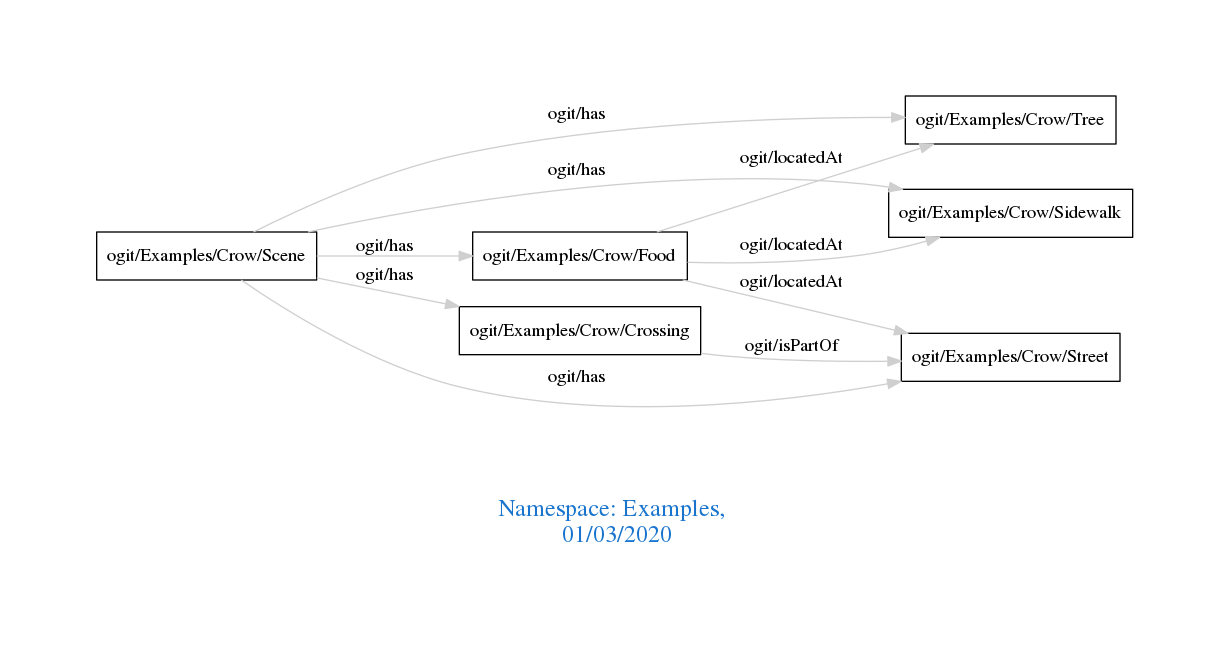
Above: downloads/Examples.png in arago/OGIT (Graphviz), before the change. Its source is kept beside it as downloads/Examples.dot.
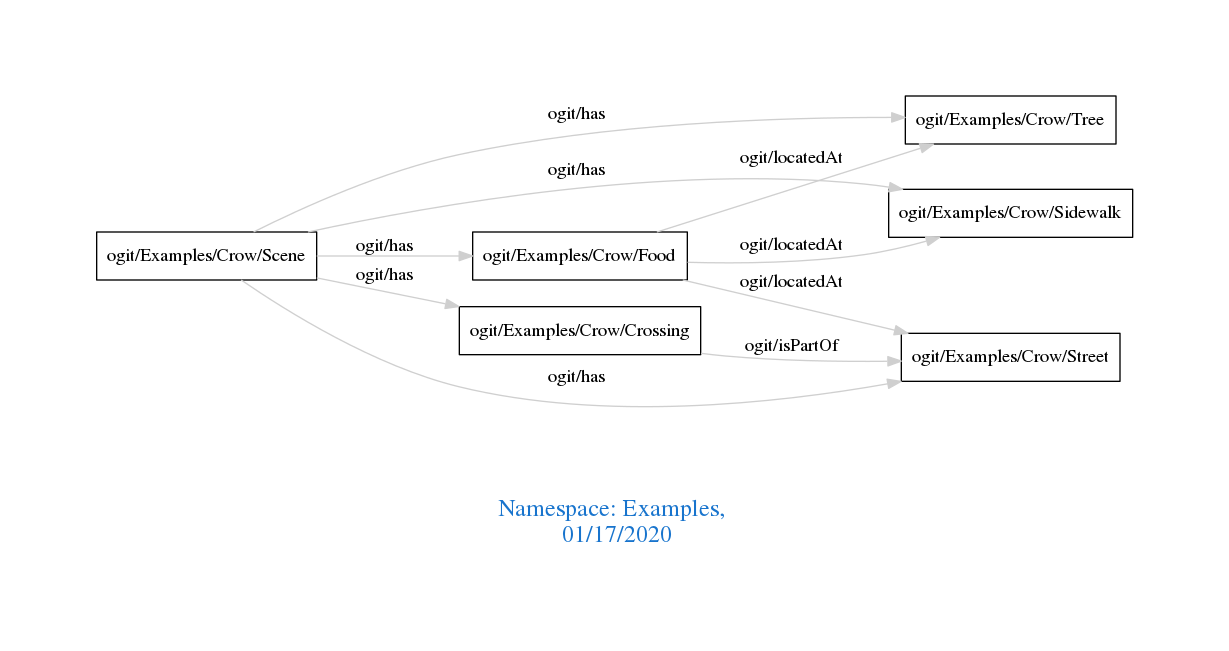
After the change.

Diff of the diagram source:
```diff
@@ -1,7 +1,7 @@
 digraph OGIT_ontology {
  graph [ rankdir= LR,pad=1
 fontsize = 18,
-fontcolor= dodgerblue3,label = "\n\n\nNamespace: Examples, \n 01/03/2020"];
+fontcolor= dodgerblue3,label = "\n\n\nNamespace: Examples, \n 01/17/2020"];
 node[shape=polygon];
 edge [  color="gray81"];
 
```
